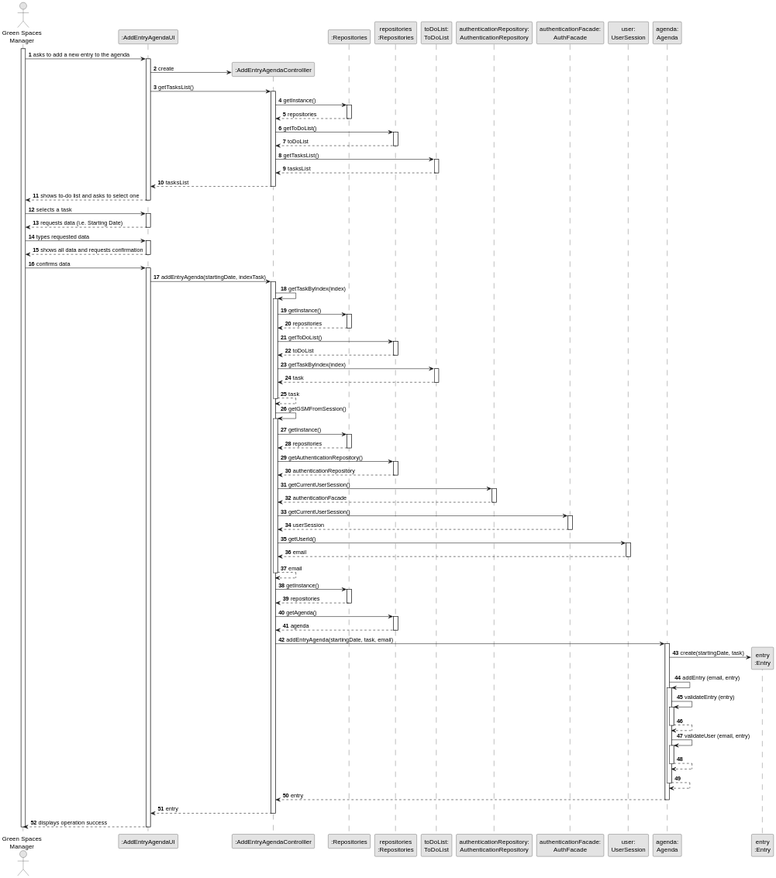
Before: docs/sprintA&B&C/us022/03.design/svg/us022-sequence-diagram-full.svg, a diagram exported from PlantUML (daniel41silva05/ISEP_2023_2024_LAPR2).
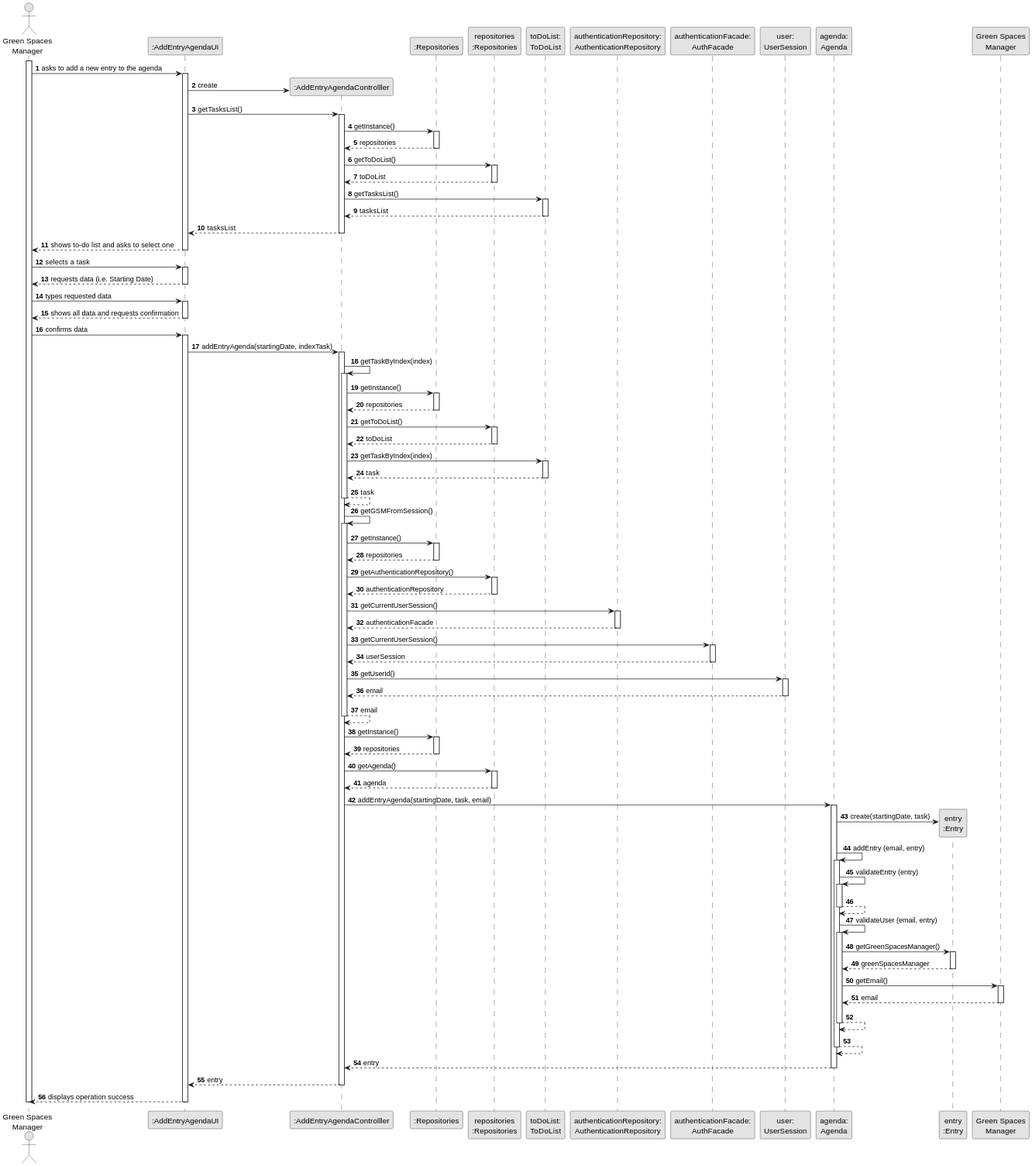
Above is the later version.

Commit message:
US22/US23 - Update Sequence Diagram

What changed in the source:
```diff
@@ -16,6 +16,7 @@
 participant "user:\nUserSession" as user
 participant "agenda:\nAgenda" as agenda
 participant "entry\n:Entry" as ENTRY
+participant "Green Spaces\nManager" as USER
 
 activate GSM
 
@@ -158,6 +159,18 @@
                 agenda -> agenda: validateUser (email, entry)
                 activate agenda
 
+                    agenda -> ENTRY: getGreenSpacesManager()
+                    activate ENTRY
+
+                    ENTRY --> agenda: greenSpacesManager
+                    deactivate ENTRY
+
+                    agenda -> USER: getEmail()
+                    activate USER
+
+                    USER --> agenda: email
+                    deactivate USER
+
                 agenda --> agenda
                 deactivate agenda
 
```
